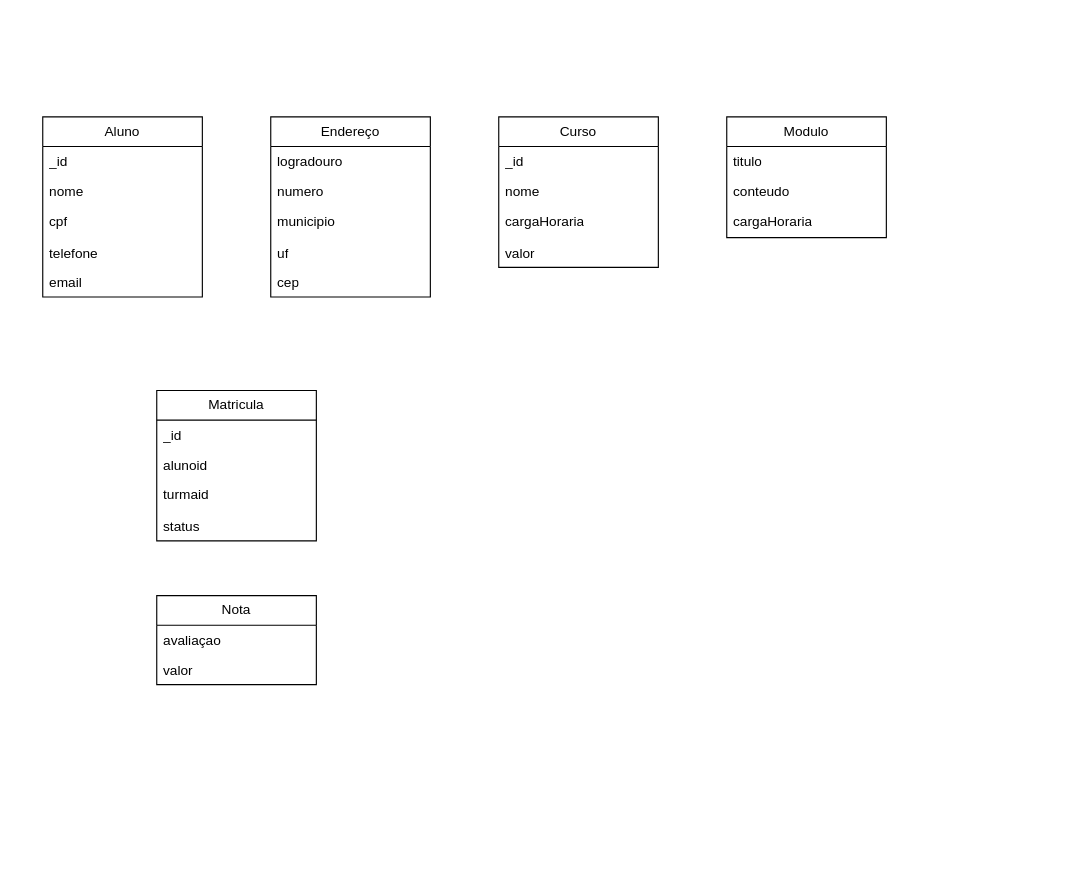
Earlier version of the draw.io diagram docs/db/NoAM.drawio (JoaoRacero0805/bnr-dsm-2026-2). Source tidied: cells renumbered, new cells numbered last; positions are measured from the earlier drawing's top-left corner, leaving out a move shared by most shapes. Both pictures are drawn from the tidied source at 114%, with x=0, y=0 at pixel (42, 116).
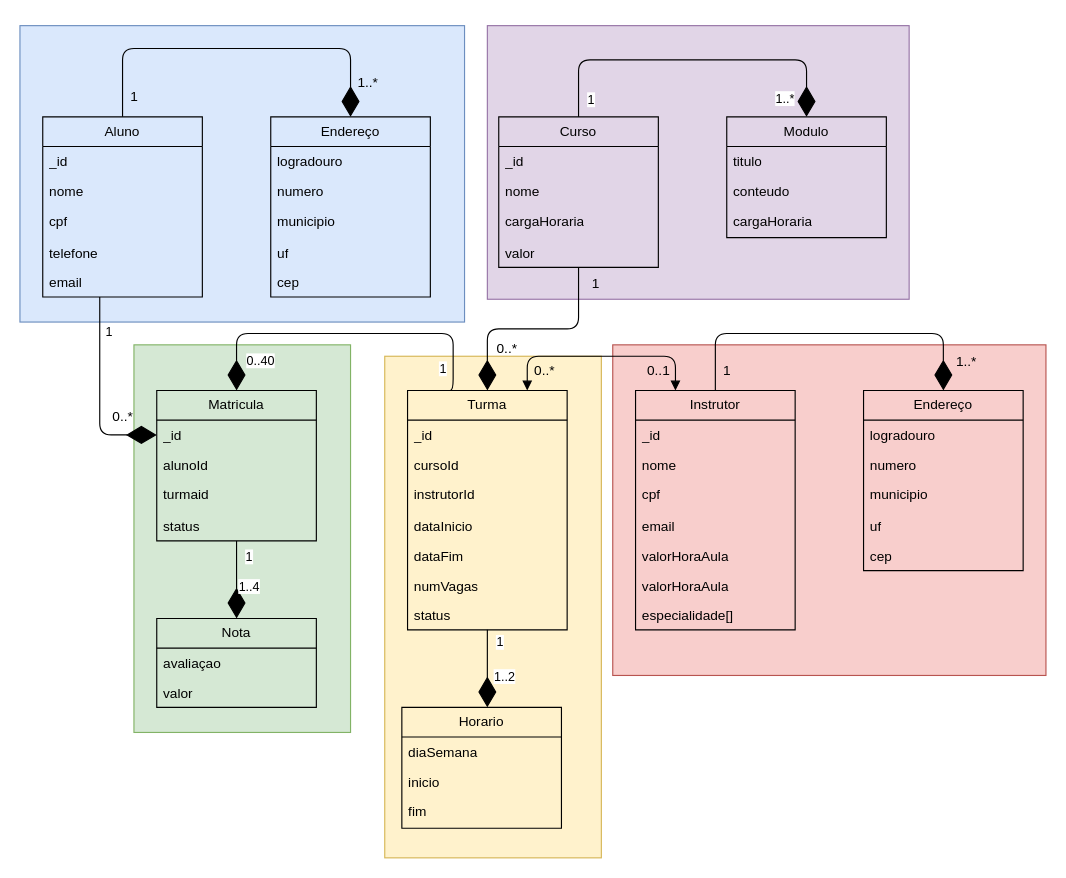
Above is the later version.

The change refers to these unchanged cells:
```xml
<mxCell id="2" value="Aluno" style="swimlane;fontStyle=0;horizontal=1;startSize=26;fillColor=none;whiteSpace=wrap;html=1;" parent="1" vertex="1">
  <mxGeometry width="140" height="158" as="geometry" />
</mxCell>
<mxCell id="8" value="Endereço" style="swimlane;fontStyle=0;horizontal=1;startSize=26;fillColor=none;whiteSpace=wrap;html=1;" parent="1" vertex="1">
  <mxGeometry x="200" width="140" height="158" as="geometry" />
</mxCell>
<mxCell id="14" value="Matricula" style="swimlane;fontStyle=0;horizontal=1;startSize=26;fillColor=none;whiteSpace=wrap;html=1;" parent="1" vertex="1">
  <mxGeometry x="100" y="240" width="140" height="132" as="geometry" />
</mxCell>
<mxCell id="15" value="_id" style="text;strokeColor=none;fillColor=none;align=left;verticalAlign=top;spacingLeft=4;spacingRight=4;overflow=hidden;points=[[0,0.5],[1,0.5]];portConstraint=eastwest;whiteSpace=wrap;html=1;" parent="14" vertex="1">
  <mxGeometry y="26" width="140" height="26" as="geometry" />
</mxCell>
<mxCell id="22" value="Curso" style="swimlane;fontStyle=0;horizontal=1;startSize=26;fillColor=none;whiteSpace=wrap;html=1;" parent="1" vertex="1">
  <mxGeometry x="400" width="140" height="132" as="geometry" />
</mxCell>
<mxCell id="27" value="Modulo" style="swimlane;fontStyle=0;horizontal=1;startSize=26;fillColor=none;whiteSpace=wrap;html=1;" parent="1" vertex="1">
  <mxGeometry x="600" width="140" height="106" as="geometry" />
</mxCell>
```

The edit, as a diff of the source:
```diff
@@
+    <mxCell id="31" style="whiteSpace=wrap;html=1;fillColor=#f8cecc;strokeColor=#b85450;" parent="1" vertex="1">
+      <mxGeometry x="500" y="200" width="380" height="290" as="geometry" />
+    </mxCell>
+    <mxCell id="32" style="whiteSpace=wrap;html=1;fillColor=#fff2cc;strokeColor=#d6b656;" parent="1" vertex="1">
+      <mxGeometry x="300" y="210" width="190" height="440" as="geometry" />
+    </mxCell>
+    <mxCell id="33" value="Turma" style="swimlane;fontStyle=0;horizontal=1;startSize=26;fillColor=none;whiteSpace=wrap;html=1;" parent="1" vertex="1">
+      <mxGeometry x="320" y="240" width="140" height="210" as="geometry" />
+    </mxCell>
+    <mxCell id="34" value="_id" style="text;strokeColor=none;fillColor=none;align=left;verticalAlign=top;spacingLeft=4;spacingRight=4;overflow=hidden;whiteSpace=wrap;html=1;" parent="33" vertex="1">
+      <mxGeometry y="26" width="140" height="26" as="geometry" />
+    </mxCell>
+    <mxCell id="35" value="cursoId" style="text;strokeColor=none;fillColor=none;align=left;verticalAlign=top;spacingLeft=4;spacingRight=4;overflow=hidden;whiteSpace=wrap;html=1;" parent="33" vertex="1">
+      <mxGeometry y="52" width="140" height="26" as="geometry" />
+    </mxCell>
+    <mxCell id="36" value="instrutorId" style="text;strokeColor=none;fillColor=none;align=left;verticalAlign=top;spacingLeft=4;spacingRight=4;overflow=hidden;whiteSpace=wrap;html=1;" parent="33" vertex="1">
+      <mxGeometry y="78" width="140" height="28" as="geometry" />
+    </mxCell>
+    <mxCell id="37" value="dataInicio" style="text;strokeColor=none;fillColor=none;align=left;verticalAlign=top;spacingLeft=4;spacingRight=4;overflow=hidden;whiteSpace=wrap;html=1;" parent="33" vertex="1">
+      <mxGeometry y="106" width="140" height="26" as="geometry" />
+    </mxCell>
+    <mxCell id="38" value="dataFim" style="text;strokeColor=none;fillColor=none;align=left;verticalAlign=top;spacingLeft=4;spacingRight=4;overflow=hidden;whiteSpace=wrap;html=1;" parent="33" vertex="1">
+      <mxGeometry y="132" width="140" height="26" as="geometry" />
+    </mxCell>
+    <mxCell id="39" value="numVagas" style="text;strokeColor=none;fillColor=none;align=left;verticalAlign=top;spacingLeft=4;spacingRight=4;overflow=hidden;whiteSpace=wrap;html=1;" parent="33" vertex="1">
+      <mxGeometry y="158" width="140" height="26" as="geometry" />
+    </mxCell>
+    <mxCell id="40" value="status" style="text;strokeColor=none;fillColor=none;align=left;verticalAlign=top;spacingLeft=4;spacingRight=4;overflow=hidden;whiteSpace=wrap;html=1;" parent="33" vertex="1">
+      <mxGeometry y="184" width="140" height="26" as="geometry" />
+    </mxCell>
+    <mxCell id="41" style="whiteSpace=wrap;html=1;fillColor=#d5e8d4;strokeColor=#82b366;" parent="1" vertex="1">
+      <mxGeometry x="80" y="200" width="190" height="340" as="geometry" />
+    </mxCell>
+    <mxCell id="42" style="whiteSpace=wrap;html=1;fillColor=#e1d5e7;strokeColor=#9673a6;" parent="1" vertex="1">
+      <mxGeometry x="390" y="-80" width="370" height="240" as="geometry" />
+    </mxCell>
+    <mxCell id="43" style="whiteSpace=wrap;html=1;fillColor=#dae8fc;strokeColor=#6c8ebf;" parent="1" vertex="1">
+      <mxGeometry x="-20" y="-80" width="390" height="260" as="geometry" />
+    </mxCell>
@@
-    <mxCell id="16" value="alunoid" style="text;strokeColor=none;fillColor=none;align=left;verticalAlign=top;spacingLeft=4;spacingRight=4;overflow=hidden;whiteSpace=wrap;html=1;" parent="14" vertex="1">
+    <mxCell id="16" value="alunoId" style="text;strokeColor=none;fillColor=none;align=left;verticalAlign=top;spacingLeft=4;spacingRight=4;overflow=hidden;whiteSpace=wrap;html=1;" parent="14" vertex="1">
       <mxGeometry y="52" width="140" height="26" as="geometry" />
     </mxCell>
@@
     <mxCell id="19" value="Nota" style="swimlane;fontStyle=0;horizontal=1;startSize=26;fillColor=none;whiteSpace=wrap;html=1;" parent="1" vertex="1">
-      <mxGeometry x="100" y="420" width="140" height="78" as="geometry" />
+      <mxGeometry x="100" y="440" width="140" height="78" as="geometry" />
     </mxCell>
@@
+    <mxCell id="44" value="Horario" style="swimlane;fontStyle=0;horizontal=1;startSize=26;fillColor=none;whiteSpace=wrap;html=1;" parent="1" vertex="1">
+      <mxGeometry x="315" y="518" width="140" height="106" as="geometry" />
+    </mxCell>
+    <mxCell id="45" value="diaSemana" style="text;strokeColor=none;fillColor=none;align=left;verticalAlign=top;spacingLeft=4;spacingRight=4;overflow=hidden;whiteSpace=wrap;html=1;" parent="44" vertex="1">
+      <mxGeometry y="26" width="140" height="26" as="geometry" />
+    </mxCell>
+    <mxCell id="46" value="inicio" style="text;strokeColor=none;fillColor=none;align=left;verticalAlign=top;spacingLeft=4;spacingRight=4;overflow=hidden;whiteSpace=wrap;html=1;" parent="44" vertex="1">
+      <mxGeometry y="52" width="140" height="26" as="geometry" />
+    </mxCell>
+    <mxCell id="47" value="fim" style="text;strokeColor=none;fillColor=none;align=left;verticalAlign=top;spacingLeft=4;spacingRight=4;overflow=hidden;whiteSpace=wrap;html=1;" parent="44" vertex="1">
+      <mxGeometry y="78" width="140" height="28" as="geometry" />
+    </mxCell>
+    <mxCell id="48" style="endArrow=diamondThin;endFill=1;endSize=24;html=1;edgeStyle=orthogonalEdgeStyle;" parent="1" edge="1" source="14" target="19">
+      <mxGeometry relative="1" as="geometry" />
+    </mxCell>
+    <mxCell id="49" value="1" style="edgeLabel;html=1;align=center;verticalAlign=middle;" parent="48" vertex="1">
+      <mxGeometry x="-0.62" y="-2" relative="1" as="geometry">
+        <mxPoint x="12" as="offset" />
+      </mxGeometry>
+    </mxCell>
+    <mxCell id="50" value="1..4" style="edgeLabel;html=1;align=center;verticalAlign=middle;" parent="48" vertex="1">
+      <mxGeometry x="0.14" y="2" relative="1" as="geometry">
+        <mxPoint x="8" as="offset" />
+      </mxGeometry>
+    </mxCell>
+    <mxCell id="51" style="endArrow=diamondThin;endFill=1;endSize=24;html=1;edgeStyle=orthogonalEdgeStyle;" parent="1" edge="1" source="33" target="44">
+      <mxGeometry relative="1" as="geometry">
+        <Array as="points">
+          <mxPoint x="390" y="460" />
+          <mxPoint x="390" y="460" />
+        </Array>
+      </mxGeometry>
+    </mxCell>
+    <mxCell id="52" value="1" style="edgeLabel;html=1;align=center;verticalAlign=middle;" parent="51" vertex="1">
+      <mxGeometry x="-0.7" y="-1" relative="1" as="geometry">
+        <mxPoint x="11" as="offset" />
+      </mxGeometry>
+    </mxCell>
+    <mxCell id="53" value="1..2" style="edgeLabel;html=1;align=center;verticalAlign=middle;" parent="51" vertex="1">
+      <mxGeometry x="-0.04" y="-1" relative="1" as="geometry">
+        <mxPoint x="15" y="7" as="offset" />
+      </mxGeometry>
+    </mxCell>
+    <mxCell id="54" style="endArrow=diamondThin;endFill=1;endSize=24;html=1;edgeStyle=orthogonalEdgeStyle;entryX=0.5;entryY=0;entryDx=0;entryDy=0;exitX=0.25;exitY=0;exitDx=0;exitDy=0;" parent="1" edge="1" source="33" target="14">
+      <mxGeometry relative="1" as="geometry">
+        <Array as="points">
+          <mxPoint x="360" y="240" />
+          <mxPoint x="360" y="190" />
+          <mxPoint x="170" y="190" />
+        </Array>
+      </mxGeometry>
+    </mxCell>
+    <mxCell id="55" value="0..40" style="edgeLabel;html=1;align=center;verticalAlign=middle;" parent="54" vertex="1">
+      <mxGeometry x="0.79" y="-4" relative="1" as="geometry">
+        <mxPoint x="24" y="4" as="offset" />
+      </mxGeometry>
+    </mxCell>
+    <mxCell id="56" value="1" style="edgeLabel;html=1;align=center;verticalAlign=middle;" parent="54" vertex="1">
+      <mxGeometry x="-0.88" y="-4" relative="1" as="geometry">
+        <mxPoint x="-14" y="-7" as="offset" />
+      </mxGeometry>
+    </mxCell>
+    <mxCell id="57" style="endArrow=diamondThin;endFill=1;endSize=24;html=1;exitX=0.5;exitY=0;exitDx=0;exitDy=0;entryX=0.5;entryY=0;entryDx=0;entryDy=0;edgeStyle=orthogonalEdgeStyle;" parent="1" edge="1" source="22" target="27">
+      <mxGeometry relative="1" as="geometry">
+        <Array as="points">
+          <mxPoint x="470" y="-50" />
+          <mxPoint x="670" y="-50" />
+        </Array>
+      </mxGeometry>
+    </mxCell>
+    <mxCell id="58" value="1" style="edgeLabel;html=1;align=center;verticalAlign=middle;" parent="57" vertex="1">
+      <mxGeometry x="-0.89" y="-1" relative="1" as="geometry">
+        <mxPoint x="9" as="offset" />
+      </mxGeometry>
+    </mxCell>
+    <mxCell id="59" value="1..*" style="edgeLabel;html=1;align=center;verticalAlign=middle;" parent="57" vertex="1">
+      <mxGeometry x="0.77" y="2" relative="1" as="geometry">
+        <mxPoint x="-22" y="17" as="offset" />
+      </mxGeometry>
+    </mxCell>
+    <mxCell id="60" style="endArrow=diamondThin;endFill=1;endSize=24;html=1;edgeStyle=orthogonalEdgeStyle;" parent="1" edge="1" source="22" target="33">
+      <mxGeometry relative="1" as="geometry" />
+    </mxCell>
+    <mxCell id="61" value="Instrutor" style="swimlane;fontStyle=0;horizontal=1;startSize=26;fillColor=none;whiteSpace=wrap;html=1;" parent="1" vertex="1">
+      <mxGeometry x="520" y="240" width="140" height="210" as="geometry" />
+    </mxCell>
+    <mxCell id="62" value="_id" style="text;strokeColor=none;fillColor=none;align=left;verticalAlign=top;spacingLeft=4;spacingRight=4;overflow=hidden;whiteSpace=wrap;html=1;" parent="61" vertex="1">
+      <mxGeometry y="26" width="140" height="26" as="geometry" />
+    </mxCell>
+    <mxCell id="63" value="nome" style="text;strokeColor=none;fillColor=none;align=left;verticalAlign=top;spacingLeft=4;spacingRight=4;overflow=hidden;whiteSpace=wrap;html=1;" parent="61" vertex="1">
+      <mxGeometry y="52" width="140" height="26" as="geometry" />
+    </mxCell>
+    <mxCell id="64" value="cpf" style="text;strokeColor=none;fillColor=none;align=left;verticalAlign=top;spacingLeft=4;spacingRight=4;overflow=hidden;whiteSpace=wrap;html=1;" parent="61" vertex="1">
+      <mxGeometry y="78" width="140" height="28" as="geometry" />
+    </mxCell>
+    <mxCell id="65" value="email" style="text;strokeColor=none;fillColor=none;align=left;verticalAlign=top;spacingLeft=4;spacingRight=4;overflow=hidden;whiteSpace=wrap;html=1;" parent="61" vertex="1">
+      <mxGeometry y="106" width="140" height="26" as="geometry" />
+    </mxCell>
+    <mxCell id="66" value="valorHoraAula" style="text;strokeColor=none;fillColor=none;align=left;verticalAlign=top;spacingLeft=4;spacingRight=4;overflow=hidden;whiteSpace=wrap;html=1;" parent="61" vertex="1">
+      <mxGeometry y="132" width="140" height="26" as="geometry" />
+    </mxCell>
+    <mxCell id="67" value="valorHoraAula" style="text;strokeColor=none;fillColor=none;align=left;verticalAlign=top;spacingLeft=4;spacingRight=4;overflow=hidden;whiteSpace=wrap;html=1;" parent="61" vertex="1">
+      <mxGeometry y="158" width="140" height="26" as="geometry" />
+    </mxCell>
+    <mxCell id="68" value="especialidade[]" style="text;strokeColor=none;fillColor=none;align=left;verticalAlign=top;spacingLeft=4;spacingRight=4;overflow=hidden;whiteSpace=wrap;html=1;" parent="61" vertex="1">
+      <mxGeometry y="184" width="140" height="26" as="geometry" />
+    </mxCell>
+    <mxCell id="69" value="Endereço" style="swimlane;fontStyle=0;horizontal=1;startSize=26;fillColor=none;whiteSpace=wrap;html=1;" parent="1" vertex="1">
+      <mxGeometry x="720" y="240" width="140" height="158" as="geometry" />
+    </mxCell>
+    <mxCell id="70" value="logradouro" style="text;strokeColor=none;fillColor=none;align=left;verticalAlign=top;spacingLeft=4;spacingRight=4;overflow=hidden;whiteSpace=wrap;html=1;" parent="69" vertex="1">
+      <mxGeometry y="26" width="140" height="26" as="geometry" />
+    </mxCell>
+    <mxCell id="71" value="numero" style="text;strokeColor=none;fillColor=none;align=left;verticalAlign=top;spacingLeft=4;spacingRight=4;overflow=hidden;whiteSpace=wrap;html=1;" parent="69" vertex="1">
+      <mxGeometry y="52" width="140" height="26" as="geometry" />
+    </mxCell>
+    <mxCell id="72" value="municipio" style="text;strokeColor=none;fillColor=none;align=left;verticalAlign=top;spacingLeft=4;spacingRight=4;overflow=hidden;whiteSpace=wrap;html=1;" parent="69" vertex="1">
+      <mxGeometry y="78" width="140" height="28" as="geometry" />
+    </mxCell>
+    <mxCell id="73" value="uf" style="text;strokeColor=none;fillColor=none;align=left;verticalAlign=top;spacingLeft=4;spacingRight=4;overflow=hidden;whiteSpace=wrap;html=1;" parent="69" vertex="1">
+      <mxGeometry y="106" width="140" height="26" as="geometry" />
+    </mxCell>
+    <mxCell id="74" value="cep" style="text;strokeColor=none;fillColor=none;align=left;verticalAlign=top;spacingLeft=4;spacingRight=4;overflow=hidden;whiteSpace=wrap;html=1;" parent="69" vertex="1">
+      <mxGeometry y="132" width="140" height="26" as="geometry" />
+    </mxCell>
+    <mxCell id="75" style="endArrow=diamondThin;endFill=1;endSize=24;html=1;edgeStyle=orthogonalEdgeStyle;exitX=0.5;exitY=0;exitDx=0;exitDy=0;entryX=0.5;entryY=0;entryDx=0;entryDy=0;" parent="1" edge="1" source="61" target="69">
+      <mxGeometry relative="1" as="geometry">
+        <Array as="points">
+          <mxPoint x="590" y="190" />
+          <mxPoint x="790" y="190" />
+        </Array>
+      </mxGeometry>
+    </mxCell>
+    <mxCell id="76" value="1" style="text;html=1;align=center;verticalAlign=middle;strokeColor=none;fillColor=none;" parent="1" vertex="1">
+      <mxGeometry x="585" y="208" width="30" height="30" as="geometry" />
+    </mxCell>
+    <mxCell id="77" value="1..*" style="text;html=1;align=center;verticalAlign=middle;strokeColor=none;fillColor=none;" parent="1" vertex="1">
+      <mxGeometry x="790" y="200" width="40" height="30" as="geometry" />
+    </mxCell>
+    <mxCell id="78" style="endArrow=block;startArrow=block;endFill=1;startFill=1;html=1;entryX=0.25;entryY=0;entryDx=0;entryDy=0;exitX=0.75;exitY=0;exitDx=0;exitDy=0;edgeStyle=orthogonalEdgeStyle;" parent="1" edge="1" source="33" target="61">
+      <mxGeometry relative="1" as="geometry">
+        <Array as="points">
+          <mxPoint x="425" y="210" />
+          <mxPoint x="555" y="210" />
+        </Array>
+      </mxGeometry>
+    </mxCell>
+    <mxCell id="79" value="0..*" style="text;html=1;align=center;verticalAlign=middle;strokeColor=none;fillColor=none;" parent="1" vertex="1">
+      <mxGeometry x="420" y="208" width="40" height="30" as="geometry" />
+    </mxCell>
+    <mxCell id="80" value="0..1" style="text;html=1;align=center;verticalAlign=middle;strokeColor=none;fillColor=none;" parent="1" vertex="1">
+      <mxGeometry x="520" y="208" width="40" height="30" as="geometry" />
+    </mxCell>
+    <mxCell id="81" style="endArrow=diamondThin;endFill=1;endSize=24;html=1;edgeStyle=orthogonalEdgeStyle;exitX=0.5;exitY=0;exitDx=0;exitDy=0;entryX=0.5;entryY=0;entryDx=0;entryDy=0;" parent="1" edge="1" source="2" target="8">
+      <mxGeometry relative="1" as="geometry">
+        <Array as="points">
+          <mxPoint x="70" y="-60" />
+          <mxPoint x="270" y="-60" />
+        </Array>
+      </mxGeometry>
+    </mxCell>
+    <mxCell id="82" style="endArrow=diamondThin;endFill=1;endSize=24;html=1;entryX=0;entryY=0.5;entryDx=0;entryDy=0;edgeStyle=orthogonalEdgeStyle;" parent="1" edge="1" source="2" target="15">
+      <mxGeometry relative="1" as="geometry">
+        <Array as="points">
+          <mxPoint x="50" y="279" />
+        </Array>
+      </mxGeometry>
+    </mxCell>
+    <mxCell id="83" value="1" style="edgeLabel;html=1;align=center;verticalAlign=middle;" parent="82" vertex="1">
+      <mxGeometry x="-0.65" y="7" relative="1" as="geometry" />
+    </mxCell>
+    <mxCell id="84" value="0..*" style="text;html=1;align=center;verticalAlign=middle;strokeColor=none;fillColor=none;" parent="1" vertex="1">
+      <mxGeometry x="50" y="248" width="40" height="30" as="geometry" />
+    </mxCell>
+    <mxCell id="85" value="0..*" style="text;html=1;align=center;verticalAlign=middle;strokeColor=none;fillColor=none;" parent="1" vertex="1">
+      <mxGeometry x="387" y="189" width="40" height="30" as="geometry" />
+    </mxCell>
+    <mxCell id="86" value="1" style="text;html=1;align=center;verticalAlign=middle;strokeColor=none;fillColor=none;" parent="1" vertex="1">
+      <mxGeometry x="65" y="-32" width="30" height="30" as="geometry" />
+    </mxCell>
+    <mxCell id="87" value="1..*" style="text;html=1;align=center;verticalAlign=middle;strokeColor=none;fillColor=none;" parent="1" vertex="1">
+      <mxGeometry x="265" y="-45" width="40" height="30" as="geometry" />
+    </mxCell>
+    <mxCell id="88" value="1" style="text;html=1;align=center;verticalAlign=middle;strokeColor=none;fillColor=none;" parent="1" vertex="1">
+      <mxGeometry x="470" y="132" width="30" height="30" as="geometry" />
+    </mxCell>
```
